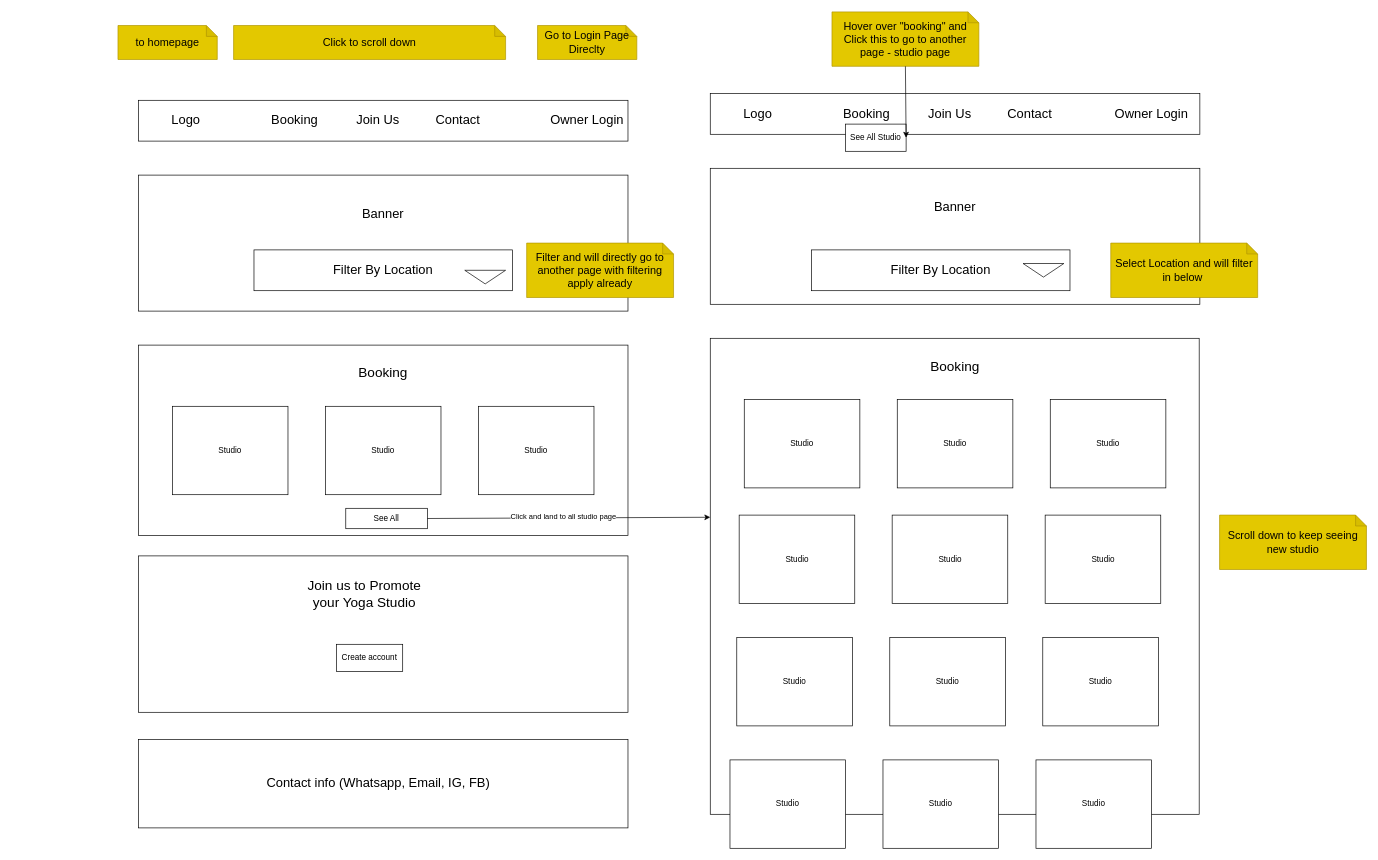
Spike-forward/hk-sma-m4-project-23-04 keeps this draw.io diagram as page "HomePage & All Studio Page" (2 of 7) of wireframe.drawio. Above is the earlier version. Source tidied: cells renumbered, new cells numbered last; positions are measured from the earlier drawing's top-left corner, leaving out a move shared by most shapes. Both pictures are drawn from the tidied source at 68%, with x=0, y=0 at pixel (118, 12).
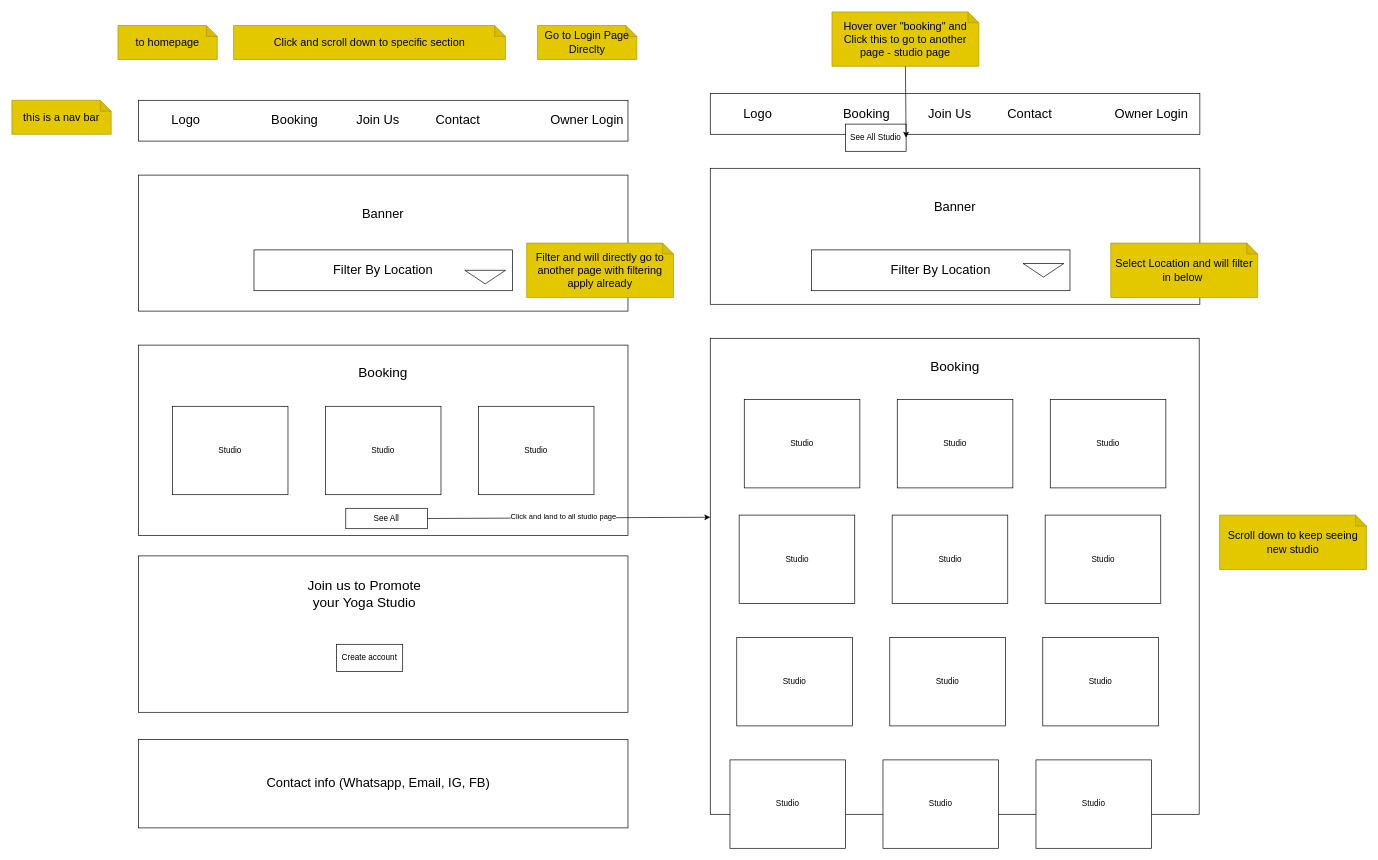
Above is the later version.

What changed in the source:
```diff
@@
-    <mxCell id="39" value="Click to scroll down" style="shape=note;whiteSpace=wrap;html=1;backgroundOutline=1;darkOpacity=0.05;fontSize=16;size=16;fillColor=#e3c800;fontColor=#000000;strokeColor=#B09500;" parent="1" vertex="1">
+    <mxCell id="39" value="Click and scroll down to specific section" style="shape=note;whiteSpace=wrap;html=1;backgroundOutline=1;darkOpacity=0.05;fontSize=16;size=16;fillColor=#e3c800;fontColor=#000000;strokeColor=#B09500;" parent="1" vertex="1">
       <mxGeometry x="170" y="20" width="400" height="50" as="geometry" />
     </mxCell>
@@
+    <mxCell id="76" value="this is a nav bar" style="shape=note;whiteSpace=wrap;html=1;backgroundOutline=1;darkOpacity=0.05;fontSize=16;size=16;fillColor=#e3c800;fontColor=#000000;strokeColor=#B09500;" parent="1" vertex="1">
+      <mxGeometry x="-156" y="130" width="146" height="50" as="geometry" />
+    </mxCell>
```
